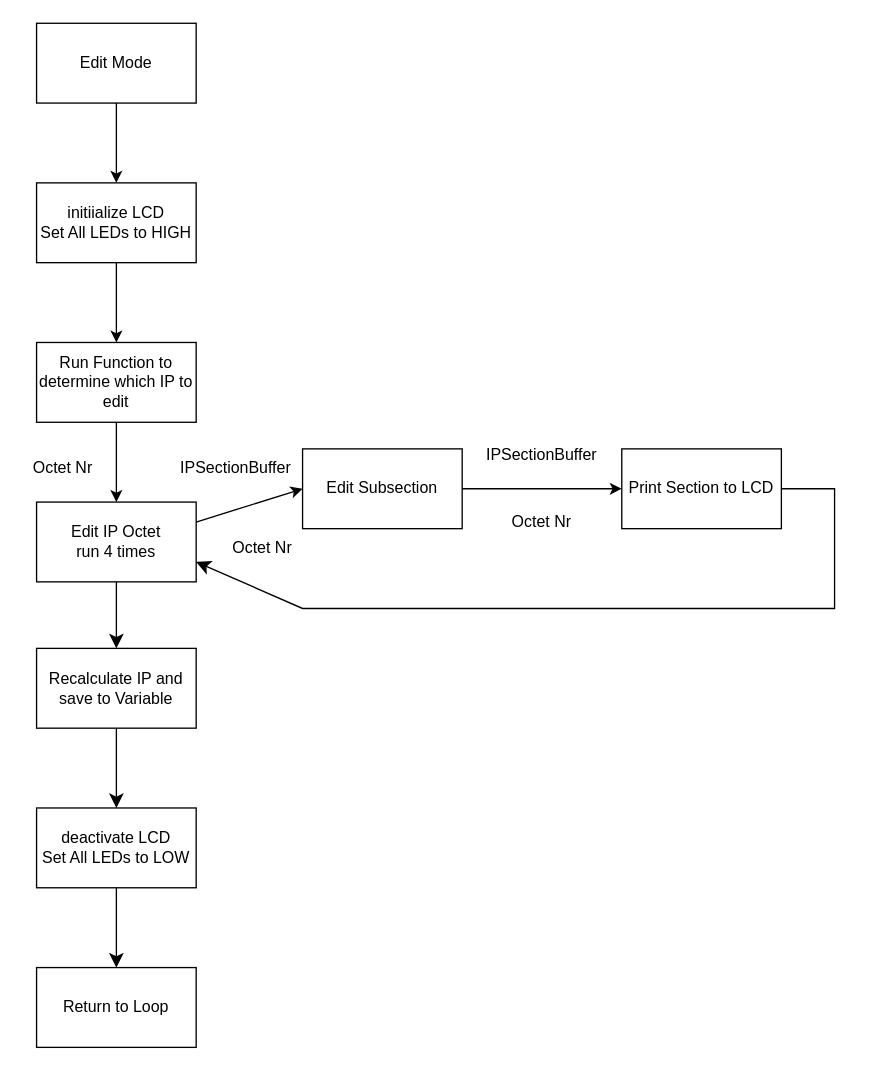
Before: CodeDoku/Edit Mode.drawio in dariorthan/ESP32_NetworkFaultTester, a draw.io diagram. Source tidied: cells renumbered, new cells numbered last; positions are measured from the earlier drawing's top-left corner, leaving out a move shared by most shapes. Both pictures are drawn from the tidied source at 133%, with x=0, y=0 at pixel (23, 23).
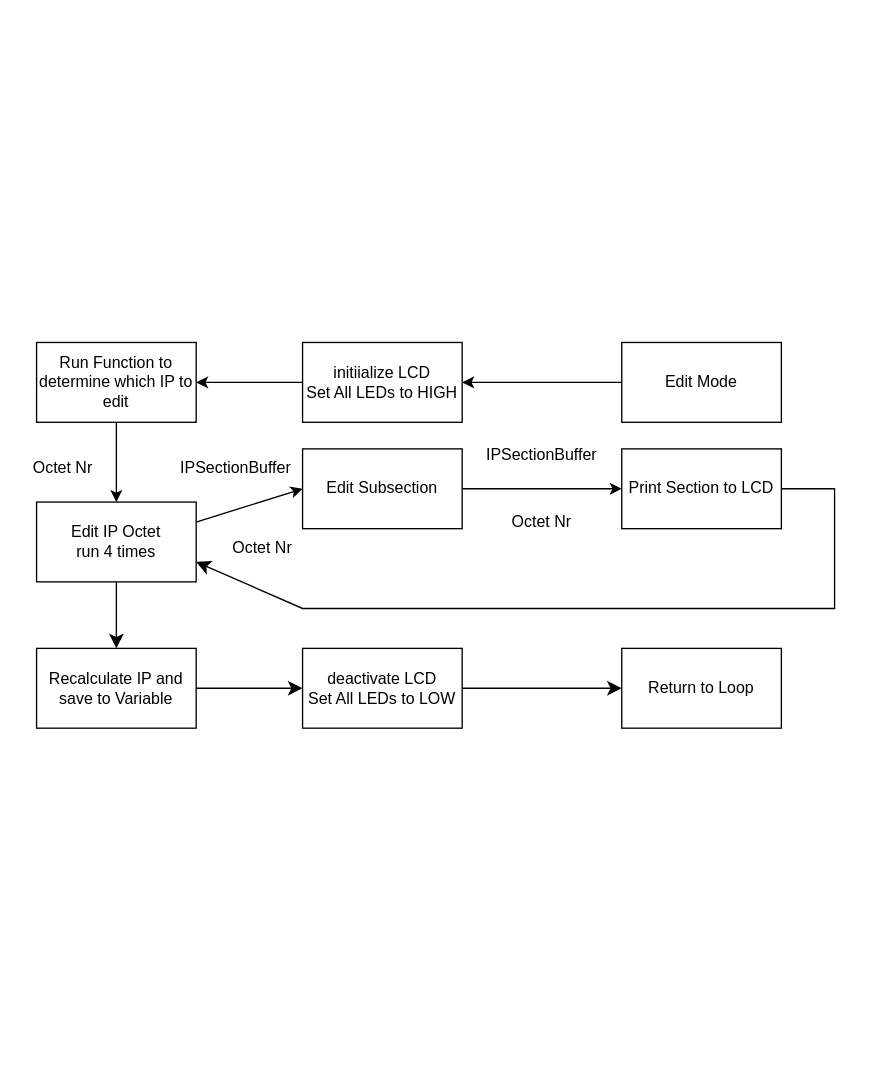
The same page after the edit.

Unchanged cells that the change refers to:
```xml
<mxCell id="6" value="Run Function to determine which IP to edit" style="rounded=0;whiteSpace=wrap;html=1;" parent="1" vertex="1">
  <mxGeometry x="10" y="240" width="120" height="60" as="geometry" />
</mxCell>
<mxCell id="21" value="Recalculate IP and save to Variable" style="rounded=0;whiteSpace=wrap;html=1;" parent="1" vertex="1">
  <mxGeometry x="10" y="470" width="120" height="60" as="geometry" />
</mxCell>
```

The edit, as a diff of the source:
```diff
@@
     <mxCell id="2" value="Edit Mode" style="rounded=0;whiteSpace=wrap;html=1;" parent="1" vertex="1">
-      <mxGeometry x="10" width="120" height="60" as="geometry" />
+      <mxGeometry x="450" y="240" width="120" height="60" as="geometry" />
     </mxCell>
     <mxCell id="3" value="Return to Loop" style="rounded=0;whiteSpace=wrap;html=1;" parent="1" vertex="1">
-      <mxGeometry x="10" y="710" width="120" height="60" as="geometry" />
+      <mxGeometry x="450" y="470" width="120" height="60" as="geometry" />
     </mxCell>
     <mxCell id="4" value="&lt;div&gt;initiialize LCD&lt;/div&gt;&lt;div&gt;Set All LEDs to HIGH&lt;/div&gt;" style="rounded=0;whiteSpace=wrap;html=1;" parent="1" vertex="1">
-      <mxGeometry x="10" y="120" width="120" height="60" as="geometry" />
+      <mxGeometry x="210" y="240" width="120" height="60" as="geometry" />
     </mxCell>
-    <mxCell id="5" style="endArrow=classic;html=1;rounded=0;exitX=0.5;exitY=1;exitDx=0;exitDy=0;entryX=0.5;entryY=0;entryDx=0;entryDy=0;" parent="1" edge="1" source="2" target="4">
+    <mxCell id="5" style="endArrow=classic;html=1;rounded=0;exitX=0;exitY=0.5;exitDx=0;exitDy=0;entryX=1;entryY=0.5;entryDx=0;entryDy=0;" parent="1" edge="1" source="2" target="4">
       <mxGeometry relative="1" as="geometry" />
     </mxCell>
@@
-    <mxCell id="7" style="endArrow=classic;html=1;rounded=0;exitX=0.5;exitY=1;exitDx=0;exitDy=0;entryX=0.5;entryY=0;entryDx=0;entryDy=0;" parent="1" edge="1" source="4" target="6">
+    <mxCell id="7" style="endArrow=classic;html=1;rounded=0;exitX=0;exitY=0.5;exitDx=0;exitDy=0;entryX=1;entryY=0.5;entryDx=0;entryDy=0;" parent="1" edge="1" source="4" target="6">
       <mxGeometry relative="1" as="geometry" />
     </mxCell>
@@
     <mxCell id="20" value="&lt;div&gt;deactivate LCD&lt;/div&gt;&lt;div&gt;Set All LEDs to LOW&lt;/div&gt;" style="rounded=0;whiteSpace=wrap;html=1;" parent="1" vertex="1">
-      <mxGeometry x="10" y="590" width="120" height="60" as="geometry" />
+      <mxGeometry x="210" y="470" width="120" height="60" as="geometry" />
     </mxCell>
@@
-    <mxCell id="23" style="endArrow=classic;html=1;rounded=0;fontSize=12;startSize=8;endSize=8;curved=1;exitX=0.5;exitY=1;exitDx=0;exitDy=0;entryX=0.5;entryY=0;entryDx=0;entryDy=0;" parent="1" edge="1" source="21" target="20">
+    <mxCell id="23" style="endArrow=classic;html=1;rounded=0;fontSize=12;startSize=8;endSize=8;curved=1;exitX=1;exitY=0.5;exitDx=0;exitDy=0;entryX=0;entryY=0.5;entryDx=0;entryDy=0;" parent="1" edge="1" source="21" target="20">
       <mxGeometry relative="1" as="geometry" />
     </mxCell>
-    <mxCell id="24" style="endArrow=classic;html=1;rounded=0;fontSize=12;startSize=8;endSize=8;curved=1;exitX=0.5;exitY=1;exitDx=0;exitDy=0;entryX=0.5;entryY=0;entryDx=0;entryDy=0;" parent="1" edge="1" source="20" target="3">
+    <mxCell id="24" style="endArrow=classic;html=1;rounded=0;fontSize=12;startSize=8;endSize=8;curved=1;exitX=1;exitY=0.5;exitDx=0;exitDy=0;entryX=0;entryY=0.5;entryDx=0;entryDy=0;" parent="1" edge="1" source="20" target="3">
       <mxGeometry relative="1" as="geometry" />
     </mxCell>
```
